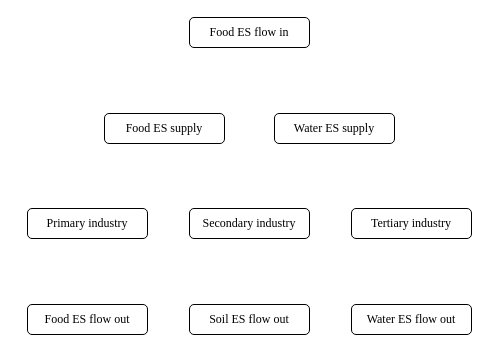
Above: ES_FLOW.drawio in THRILLERLEMON/Draw.IO (draw.io), before the change. Source tidied: cells renumbered, new cells numbered last; positions are measured from the earlier drawing's top-left corner, leaving out a move shared by most shapes. Both pictures are drawn from the tidied source at 100%, with x=0, y=0 at pixel (27, 17).
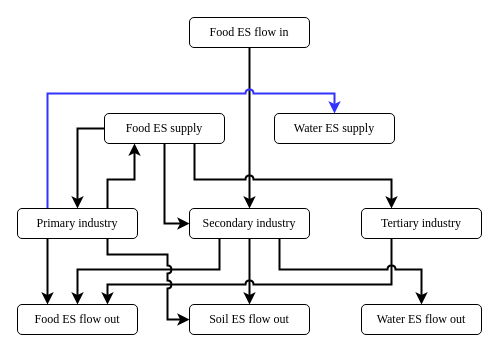
Above is the later version.

The change refers to these unchanged cells:
```xml
<mxCell id="2" value="&lt;p style=&quot;margin-top: 0pt; margin-bottom: 0pt; margin-left: 0in; direction: ltr; unicode-bidi: embed; word-break: normal;&quot;&gt;Food ES supply&lt;/p&gt;" style="rounded=1;whiteSpace=wrap;html=1;fontFamily=Times New Roman;" parent="1" vertex="1">
  <mxGeometry x="77" y="96" width="120" height="30" as="geometry" />
</mxCell>
<mxCell id="3" value="&lt;p style=&quot;margin-top: 0pt; margin-bottom: 0pt; margin-left: 0in; direction: ltr; unicode-bidi: embed; word-break: normal;&quot;&gt;Water ES supply&lt;/p&gt;" style="rounded=1;whiteSpace=wrap;html=1;fontFamily=Times New Roman;" parent="1" vertex="1">
  <mxGeometry x="247" y="96" width="120" height="30" as="geometry" />
</mxCell>
<mxCell id="4" value="&lt;p style=&quot;margin-top: 0pt; margin-bottom: 0pt; margin-left: 0in; direction: ltr; unicode-bidi: embed; word-break: normal;&quot;&gt;Food ES flow in&lt;/p&gt;" style="rounded=1;whiteSpace=wrap;html=1;fontFamily=Times New Roman;" parent="1" vertex="1">
  <mxGeometry x="162" width="120" height="30" as="geometry" />
</mxCell>
<mxCell id="6" value="&lt;p style=&quot;margin-top: 0pt; margin-bottom: 0pt; margin-left: 0in; direction: ltr; unicode-bidi: embed; word-break: normal;&quot;&gt;Secondary industry&lt;/p&gt;" style="rounded=1;whiteSpace=wrap;html=1;fontFamily=Times New Roman;" parent="1" vertex="1">
  <mxGeometry x="162" y="191" width="120" height="30" as="geometry" />
</mxCell>
<mxCell id="9" value="&lt;p style=&quot;margin-top: 0pt; margin-bottom: 0pt; margin-left: 0in; direction: ltr; unicode-bidi: embed; word-break: normal;&quot;&gt;Soil ES flow out&lt;/p&gt;" style="rounded=1;whiteSpace=wrap;html=1;fontFamily=Times New Roman;" parent="1" vertex="1">
  <mxGeometry x="162" y="287" width="120" height="30" as="geometry" />
</mxCell>
```

Diff of the diagram source:
```diff
@@
+    <mxCell id="11" style="edgeStyle=orthogonalEdgeStyle;rounded=0;jettySize=auto;html=1;exitX=0.5;exitY=1;exitDx=0;exitDy=0;entryX=0.5;entryY=0;entryDx=0;entryDy=0;strokeWidth=2;jumpStyle=arc;" parent="1" edge="1" source="6" target="9">
+      <mxGeometry relative="1" as="geometry" />
+    </mxCell>
+    <mxCell id="12" style="edgeStyle=orthogonalEdgeStyle;rounded=0;jettySize=auto;html=1;exitX=0;exitY=0.5;exitDx=0;exitDy=0;entryX=0.5;entryY=0;entryDx=0;entryDy=0;strokeWidth=2;" parent="1" edge="1" source="2" target="5">
+      <mxGeometry relative="1" as="geometry" />
+    </mxCell>
+    <mxCell id="13" style="edgeStyle=orthogonalEdgeStyle;rounded=0;jettySize=auto;html=1;exitX=0.5;exitY=1;exitDx=0;exitDy=0;entryX=0;entryY=0.5;entryDx=0;entryDy=0;strokeWidth=2;" parent="1" edge="1" source="2" target="6">
+      <mxGeometry relative="1" as="geometry" />
+    </mxCell>
@@
+    <mxCell id="14" style="edgeStyle=orthogonalEdgeStyle;rounded=0;jettySize=auto;html=1;exitX=0.5;exitY=1;exitDx=0;exitDy=0;entryX=0.5;entryY=0;entryDx=0;entryDy=0;strokeWidth=2;jumpStyle=arc;" parent="1" edge="1" source="4" target="6">
+      <mxGeometry relative="1" as="geometry" />
+    </mxCell>
@@
-    <mxCell id="5" value="&lt;p style=&quot;margin-top: 0pt; margin-bottom: 0pt; margin-left: 0in; direction: ltr; unicode-bidi: embed; word-break: normal;&quot;&gt;Primary industry&lt;/p&gt;" style="rounded=1;whiteSpace=wrap;html=1;fontFamily=Times New Roman;" parent="1" vertex="1">
-      <mxGeometry y="191" width="120" height="30" as="geometry" />
-    </mxCell>
+    <mxCell id="15" style="edgeStyle=orthogonalEdgeStyle;rounded=0;jettySize=auto;html=1;exitX=0.25;exitY=1;exitDx=0;exitDy=0;entryX=0.75;entryY=0;entryDx=0;entryDy=0;strokeWidth=2;jumpStyle=arc;" parent="1" edge="1" source="7" target="8">
+      <mxGeometry relative="1" as="geometry">
+        <Array as="points">
+          <mxPoint x="364" y="267" />
+          <mxPoint x="80" y="267" />
+        </Array>
+      </mxGeometry>
+    </mxCell>
+    <mxCell id="16" style="edgeStyle=orthogonalEdgeStyle;rounded=0;jettySize=auto;html=1;exitX=0.75;exitY=1;exitDx=0;exitDy=0;entryX=0.5;entryY=0;entryDx=0;entryDy=0;strokeWidth=2;jumpStyle=arc;" parent="1" edge="1" source="6" target="10">
+      <mxGeometry relative="1" as="geometry">
+        <Array as="points">
+          <mxPoint x="252" y="252" />
+          <mxPoint x="394" y="252" />
+        </Array>
+      </mxGeometry>
+    </mxCell>
@@
     <mxCell id="7" value="&lt;p style=&quot;margin-top: 0pt; margin-bottom: 0pt; margin-left: 0in; direction: ltr; unicode-bidi: embed; word-break: normal;&quot;&gt;Tertiary industry&lt;/p&gt;" style="rounded=1;whiteSpace=wrap;html=1;fontFamily=Times New Roman;" parent="1" vertex="1">
-      <mxGeometry x="324" y="191" width="120" height="30" as="geometry" />
+      <mxGeometry x="334" y="191" width="120" height="30" as="geometry" />
     </mxCell>
     <mxCell id="8" value="&lt;p style=&quot;margin-top: 0pt; margin-bottom: 0pt; margin-left: 0in; direction: ltr; unicode-bidi: embed; word-break: normal;&quot;&gt;Food ES flow out&lt;/p&gt;" style="rounded=1;whiteSpace=wrap;html=1;fontFamily=Times New Roman;" parent="1" vertex="1">
-      <mxGeometry y="287" width="120" height="30" as="geometry" />
+      <mxGeometry x="-10" y="287" width="120" height="30" as="geometry" />
     </mxCell>
@@
     <mxCell id="10" value="&lt;p style=&quot;margin-top: 0pt; margin-bottom: 0pt; margin-left: 0in; direction: ltr; unicode-bidi: embed; word-break: normal;&quot;&gt;Water ES flow out&lt;/p&gt;" style="rounded=1;whiteSpace=wrap;html=1;fontFamily=Times New Roman;" parent="1" vertex="1">
-      <mxGeometry x="324" y="287" width="120" height="30" as="geometry" />
+      <mxGeometry x="334" y="287" width="120" height="30" as="geometry" />
     </mxCell>
+    <mxCell id="17" style="edgeStyle=orthogonalEdgeStyle;rounded=0;jettySize=auto;html=1;exitX=0.25;exitY=1;exitDx=0;exitDy=0;entryX=0.25;entryY=0;entryDx=0;entryDy=0;strokeWidth=2;" parent="1" edge="1" source="5" target="8">
+      <mxGeometry relative="1" as="geometry" />
+    </mxCell>
+    <mxCell id="18" style="edgeStyle=orthogonalEdgeStyle;rounded=0;jettySize=auto;html=1;exitX=0.75;exitY=0;exitDx=0;exitDy=0;entryX=0.25;entryY=1;entryDx=0;entryDy=0;strokeWidth=2;" parent="1" edge="1" source="5" target="2">
+      <mxGeometry relative="1" as="geometry">
+        <Array as="points">
+          <mxPoint x="80" y="162" />
+          <mxPoint x="107" y="162" />
+        </Array>
+      </mxGeometry>
+    </mxCell>
+    <mxCell id="19" style="edgeStyle=orthogonalEdgeStyle;rounded=0;jettySize=auto;html=1;exitX=0.25;exitY=0;exitDx=0;exitDy=0;entryX=0.5;entryY=0;entryDx=0;entryDy=0;strokeWidth=2;strokeColor=#3333FF;jumpStyle=arc;" parent="1" edge="1" source="5" target="3">
+      <mxGeometry relative="1" as="geometry" />
+    </mxCell>
+    <mxCell id="5" value="&lt;p style=&quot;margin-top: 0pt; margin-bottom: 0pt; margin-left: 0in; direction: ltr; unicode-bidi: embed; word-break: normal;&quot;&gt;Primary industry&lt;/p&gt;" style="rounded=1;whiteSpace=wrap;html=1;fontFamily=Times New Roman;" parent="1" vertex="1">
+      <mxGeometry x="-10" y="191" width="120" height="30" as="geometry" />
+    </mxCell>
+    <mxCell id="20" style="edgeStyle=orthogonalEdgeStyle;rounded=0;jettySize=auto;html=1;exitX=0.25;exitY=1;exitDx=0;exitDy=0;entryX=0.5;entryY=0;entryDx=0;entryDy=0;strokeWidth=2;jumpStyle=arc;" parent="1" edge="1" source="6" target="8">
+      <mxGeometry relative="1" as="geometry">
+        <Array as="points">
+          <mxPoint x="192" y="252" />
+          <mxPoint x="50" y="252" />
+        </Array>
+      </mxGeometry>
+    </mxCell>
+    <mxCell id="21" style="edgeStyle=orthogonalEdgeStyle;rounded=0;jettySize=auto;html=1;exitX=0.75;exitY=1;exitDx=0;exitDy=0;entryX=0;entryY=0.5;entryDx=0;entryDy=0;strokeWidth=2;jumpStyle=arc;" parent="1" edge="1" source="5" target="9">
+      <mxGeometry relative="1" as="geometry">
+        <Array as="points">
+          <mxPoint x="80" y="237" />
+          <mxPoint x="140" y="237" />
+          <mxPoint x="140" y="302" />
+        </Array>
+      </mxGeometry>
+    </mxCell>
+    <mxCell id="22" style="edgeStyle=orthogonalEdgeStyle;rounded=0;jettySize=auto;html=1;exitX=0.75;exitY=1;exitDx=0;exitDy=0;entryX=0.25;entryY=0;entryDx=0;entryDy=0;strokeWidth=2;jumpStyle=arc;" parent="1" edge="1" source="2" target="7">
+      <mxGeometry relative="1" as="geometry">
+        <Array as="points">
+          <mxPoint x="167" y="162" />
+          <mxPoint x="364" y="162" />
+        </Array>
+      </mxGeometry>
+    </mxCell>
```
